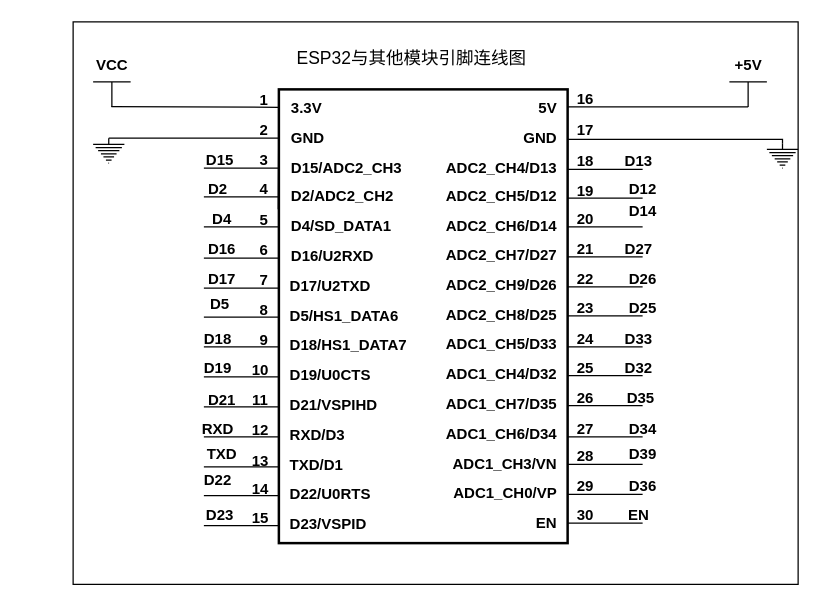
The draw.io diagram esp32主控芯片连接图.drawio in zhangruyi3906/img, before the edit. Source tidied: cells renumbered, new cells numbered last; positions are measured from the earlier drawing's top-left corner, leaving out a move shared by most shapes. Both pictures are drawn from the tidied source at 125%, with x=0, y=0 at pixel (30, 21).
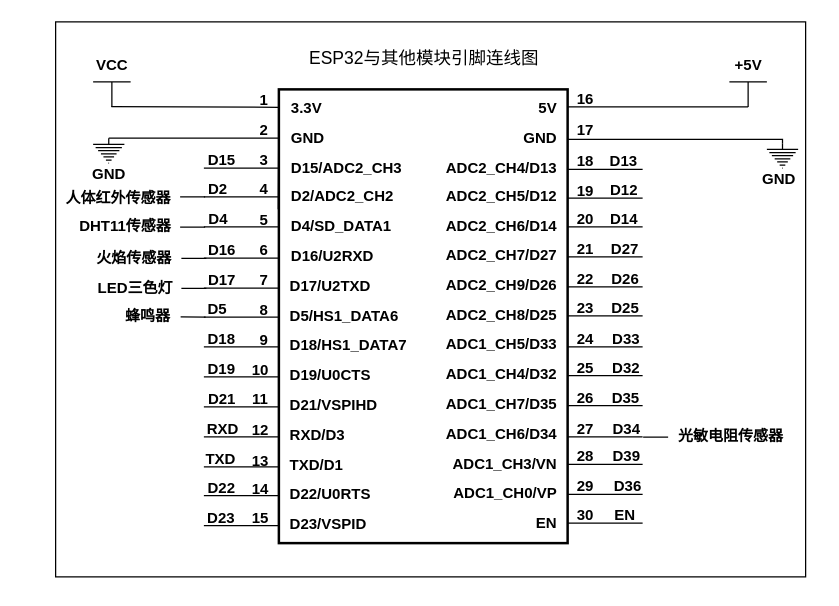
After the change.

Commit message:
更新esp32主控芯片连接图.drawio

The edit, as a diff of the source:
```diff
@@
     <mxCell id="2" style="rounded=0;whiteSpace=wrap;html=1;" parent="1" vertex="1">
-      <mxGeometry x="34" width="580" height="450" as="geometry" />
+      <mxGeometry x="20" width="600" height="444" as="geometry" />
     </mxCell>
@@
     <mxCell id="34" value="&lt;font style=&quot;font-size: 14px;&quot;&gt;ESP32与其他模块引脚连线图&lt;/font&gt;" style="text;html=1;align=center;verticalAlign=middle;whiteSpace=wrap;rounded=0;" parent="1" vertex="1">
-      <mxGeometry x="179.6" y="14" width="250" height="30" as="geometry" />
+      <mxGeometry x="189.6" y="14" width="250" height="30" as="geometry" />
     </mxCell>
@@
     <mxCell id="75" value="&lt;b&gt;11&lt;/b&gt;" style="text;html=1;align=center;verticalAlign=middle;whiteSpace=wrap;rounded=0;" parent="1" vertex="1">
-      <mxGeometry x="154" y="288" width="60" height="30" as="geometry" />
+      <mxGeometry x="154" y="287" width="60" height="30" as="geometry" />
     </mxCell>
@@
     <mxCell id="95" value="&lt;b style=&quot;text-align: left;&quot;&gt;&amp;nbsp;D15&lt;/b&gt;" style="text;html=1;align=center;verticalAlign=middle;whiteSpace=wrap;rounded=0;" parent="1" vertex="1">
-      <mxGeometry x="119.6" y="96" width="60" height="30" as="geometry" />
+      <mxGeometry x="122.6" y="96" width="57.4" height="30" as="geometry" />
     </mxCell>
@@
     <mxCell id="97" value="&lt;b style=&quot;text-align: left;&quot;&gt;&amp;nbsp; D4&lt;/b&gt;" style="text;html=1;align=center;verticalAlign=middle;whiteSpace=wrap;rounded=0;" parent="1" vertex="1">
-      <mxGeometry x="119.6" y="143" width="60" height="30" as="geometry" />
+      <mxGeometry x="116.6" y="143" width="60" height="30" as="geometry" />
     </mxCell>
     <mxCell id="98" value="&lt;b style=&quot;text-align: left;&quot;&gt;&amp;nbsp; D16&lt;/b&gt;" style="text;html=1;align=center;verticalAlign=middle;whiteSpace=wrap;rounded=0;" parent="1" vertex="1">
-      <mxGeometry x="119.6" y="167" width="60" height="30" as="geometry" />
+      <mxGeometry x="119.6" y="168" width="60" height="30" as="geometry" />
     </mxCell>
     <mxCell id="99" value="&lt;b style=&quot;text-align: left;&quot;&gt;&amp;nbsp; D17&lt;/b&gt;" style="text;html=1;align=center;verticalAlign=middle;whiteSpace=wrap;rounded=0;" parent="1" vertex="1">
-      <mxGeometry x="119.6" y="191" width="60" height="30" as="geometry" />
+      <mxGeometry x="119.6" y="192" width="60" height="30" as="geometry" />
     </mxCell>
     <mxCell id="100" value="&lt;b style=&quot;text-align: left;&quot;&gt;&amp;nbsp;D5&lt;/b&gt;" style="text;html=1;align=center;verticalAlign=middle;whiteSpace=wrap;rounded=0;" parent="1" vertex="1">
-      <mxGeometry x="119.6" y="211" width="60" height="30" as="geometry" />
+      <mxGeometry x="117.6" y="215" width="60" height="30" as="geometry" />
     </mxCell>
     <mxCell id="101" value="&lt;b style=&quot;text-align: left;&quot;&gt;D18&lt;/b&gt;" style="text;html=1;align=center;verticalAlign=middle;whiteSpace=wrap;rounded=0;" parent="1" vertex="1">
-      <mxGeometry x="119.6" y="239" width="60" height="30" as="geometry" />
+      <mxGeometry x="122.6" y="239" width="60" height="30" as="geometry" />
     </mxCell>
     <mxCell id="102" value="&lt;b style=&quot;text-align: left;&quot;&gt;D19&lt;/b&gt;" style="text;html=1;align=center;verticalAlign=middle;whiteSpace=wrap;rounded=0;" parent="1" vertex="1">
-      <mxGeometry x="119.6" y="262" width="60" height="30" as="geometry" />
+      <mxGeometry x="122.6" y="263" width="60" height="30" as="geometry" />
     </mxCell>
     <mxCell id="103" value="&lt;b style=&quot;text-align: left;&quot;&gt;&amp;nbsp; D21&lt;/b&gt;" style="text;html=1;align=center;verticalAlign=middle;whiteSpace=wrap;rounded=0;" parent="1" vertex="1">
-      <mxGeometry x="119.6" y="288" width="60" height="30" as="geometry" />
+      <mxGeometry x="119.6" y="287" width="60" height="30" as="geometry" />
     </mxCell>
     <mxCell id="104" value="&lt;b style=&quot;text-align: left;&quot;&gt;RXD&lt;/b&gt;" style="text;html=1;align=center;verticalAlign=middle;whiteSpace=wrap;rounded=0;" parent="1" vertex="1">
-      <mxGeometry x="119.6" y="311" width="60" height="30" as="geometry" />
+      <mxGeometry x="123.6" y="311" width="60" height="30" as="geometry" />
     </mxCell>
     <mxCell id="105" value="&lt;b style=&quot;text-align: left;&quot;&gt;&amp;nbsp; TXD&lt;/b&gt;" style="text;html=1;align=center;verticalAlign=middle;whiteSpace=wrap;rounded=0;" parent="1" vertex="1">
-      <mxGeometry x="119.6" y="331" width="60" height="30" as="geometry" />
+      <mxGeometry x="118.6" y="335" width="60" height="30" as="geometry" />
     </mxCell>
     <mxCell id="106" value="&lt;b style=&quot;text-align: left;&quot;&gt;D22&lt;/b&gt;" style="text;html=1;align=center;verticalAlign=middle;whiteSpace=wrap;rounded=0;" parent="1" vertex="1">
-      <mxGeometry x="119.6" y="352" width="60" height="30" as="geometry" />
+      <mxGeometry x="122.6" y="358" width="60" height="30" as="geometry" />
     </mxCell>
     <mxCell id="107" value="&lt;b style=&quot;text-align: right;&quot;&gt;D27&amp;nbsp;&amp;nbsp;&lt;/b&gt;" style="text;html=1;align=center;verticalAlign=middle;whiteSpace=wrap;rounded=0;" parent="1" vertex="1">
-      <mxGeometry x="460" y="167" width="60" height="30" as="geometry" />
+      <mxGeometry x="449" y="167" width="60" height="30" as="geometry" />
     </mxCell>
     <mxCell id="108" value="&lt;b style=&quot;text-align: left;&quot;&gt;&amp;nbsp;D23&lt;/b&gt;" style="text;html=1;align=center;verticalAlign=middle;whiteSpace=wrap;rounded=0;" parent="1" vertex="1">
-      <mxGeometry x="119.6" y="380" width="60" height="30" as="geometry" />
+      <mxGeometry x="120.6" y="382" width="60" height="30" as="geometry" />
     </mxCell>
     <mxCell id="109" value="&lt;b style=&quot;text-align: right;&quot;&gt;D13&amp;nbsp;&amp;nbsp;&lt;/b&gt;" style="text;html=1;align=center;verticalAlign=middle;whiteSpace=wrap;rounded=0;" parent="1" vertex="1">
-      <mxGeometry x="460" y="97" width="60" height="30" as="geometry" />
+      <mxGeometry x="448" y="97" width="60" height="30" as="geometry" />
     </mxCell>
     <mxCell id="110" value="&lt;b style=&quot;text-align: right;&quot;&gt;D12&lt;/b&gt;" style="text;html=1;align=center;verticalAlign=middle;whiteSpace=wrap;rounded=0;" parent="1" vertex="1">
-      <mxGeometry x="460" y="119" width="60" height="30" as="geometry" />
+      <mxGeometry x="445" y="120" width="60" height="30" as="geometry" />
     </mxCell>
     <mxCell id="111" value="&lt;b style=&quot;text-align: right;&quot;&gt;D14&lt;/b&gt;" style="text;html=1;align=center;verticalAlign=middle;whiteSpace=wrap;rounded=0;" parent="1" vertex="1">
-      <mxGeometry x="460" y="137" width="60" height="30" as="geometry" />
+      <mxGeometry x="445" y="143" width="60" height="30" as="geometry" />
     </mxCell>
     <mxCell id="112" value="&lt;b style=&quot;text-align: right;&quot;&gt;D26&lt;/b&gt;" style="text;html=1;align=center;verticalAlign=middle;whiteSpace=wrap;rounded=0;" parent="1" vertex="1">
-      <mxGeometry x="460" y="191" width="60" height="30" as="geometry" />
+      <mxGeometry x="446" y="191" width="60" height="30" as="geometry" />
     </mxCell>
     <mxCell id="113" value="&lt;b style=&quot;text-align: right;&quot;&gt;D25&lt;/b&gt;" style="text;html=1;align=center;verticalAlign=middle;whiteSpace=wrap;rounded=0;" parent="1" vertex="1">
-      <mxGeometry x="460" y="214" width="60" height="30" as="geometry" />
+      <mxGeometry x="446" y="214" width="60" height="30" as="geometry" />
     </mxCell>
     <mxCell id="114" value="&lt;b style=&quot;text-align: right;&quot;&gt;D33&amp;nbsp;&amp;nbsp;&lt;/b&gt;" style="text;html=1;align=center;verticalAlign=middle;whiteSpace=wrap;rounded=0;" parent="1" vertex="1">
-      <mxGeometry x="460" y="239" width="60" height="30" as="geometry" />
+      <mxGeometry x="450" y="239" width="60" height="30" as="geometry" />
     </mxCell>
     <mxCell id="115" value="&lt;b style=&quot;text-align: right;&quot;&gt;D32&amp;nbsp;&amp;nbsp;&lt;/b&gt;" style="text;html=1;align=center;verticalAlign=middle;whiteSpace=wrap;rounded=0;" parent="1" vertex="1">
-      <mxGeometry x="460" y="262" width="60" height="30" as="geometry" />
+      <mxGeometry x="450" y="262" width="60" height="30" as="geometry" />
     </mxCell>
     <mxCell id="116" value="&lt;b style=&quot;text-align: right;&quot;&gt;D35&amp;nbsp;&lt;/b&gt;" style="text;html=1;align=center;verticalAlign=middle;whiteSpace=wrap;rounded=0;" parent="1" vertex="1">
-      <mxGeometry x="460" y="286" width="60" height="30" as="geometry" />
+      <mxGeometry x="448" y="286" width="60" height="30" as="geometry" />
     </mxCell>
     <mxCell id="117" value="&lt;b style=&quot;text-align: right;&quot;&gt;D34&lt;/b&gt;" style="text;html=1;align=center;verticalAlign=middle;whiteSpace=wrap;rounded=0;" parent="1" vertex="1">
-      <mxGeometry x="460" y="311" width="60" height="30" as="geometry" />
+      <mxGeometry x="447" y="311" width="60" height="30" as="geometry" />
     </mxCell>
     <mxCell id="118" value="&lt;b style=&quot;text-align: right;&quot;&gt;D39&lt;/b&gt;" style="text;html=1;align=center;verticalAlign=middle;whiteSpace=wrap;rounded=0;" parent="1" vertex="1">
-      <mxGeometry x="460" y="331" width="60" height="30" as="geometry" />
+      <mxGeometry x="447" y="333" width="60" height="30" as="geometry" />
     </mxCell>
     <mxCell id="119" value="&lt;b style=&quot;text-align: right;&quot;&gt;D36&lt;/b&gt;" style="text;html=1;align=center;verticalAlign=middle;whiteSpace=wrap;rounded=0;" parent="1" vertex="1">
-      <mxGeometry x="460" y="357" width="60" height="30" as="geometry" />
+      <mxGeometry x="448" y="357" width="60" height="30" as="geometry" />
     </mxCell>
     <mxCell id="120" value="&lt;b style=&quot;text-align: right;&quot;&gt;EN&amp;nbsp;&amp;nbsp;&lt;/b&gt;" style="text;html=1;align=center;verticalAlign=middle;whiteSpace=wrap;rounded=0;" parent="1" vertex="1">
-      <mxGeometry x="460" y="380" width="60" height="30" as="geometry" />
+      <mxGeometry x="449" y="380" width="60" height="30" as="geometry" />
     </mxCell>
@@
+    <mxCell id="126" value="&lt;b&gt;GND&lt;/b&gt;" style="text;html=1;align=center;verticalAlign=middle;whiteSpace=wrap;rounded=0;" parent="1" vertex="1">
+      <mxGeometry x="32.5" y="107" width="60" height="30" as="geometry" />
+    </mxCell>
+    <mxCell id="127" value="&lt;b&gt;GND&lt;/b&gt;" style="text;html=1;align=center;verticalAlign=middle;whiteSpace=wrap;rounded=0;" parent="1" vertex="1">
+      <mxGeometry x="569" y="111" width="60" height="30" as="geometry" />
+    </mxCell>
+    <mxCell id="128" style="endArrow=none;html=1;rounded=0;" parent="1" edge="1">
+      <mxGeometry relative="1" as="geometry">
+        <mxPoint x="120" y="236" as="sourcePoint" />
+        <mxPoint x="140" y="236.1" as="targetPoint" />
+      </mxGeometry>
+    </mxCell>
+    <mxCell id="129" style="endArrow=none;html=1;rounded=0;" parent="1" edge="1">
+      <mxGeometry relative="1" as="geometry">
+        <mxPoint x="119.6" y="140" as="sourcePoint" />
+        <mxPoint x="139.6" y="140" as="targetPoint" />
+      </mxGeometry>
+    </mxCell>
+    <mxCell id="130" style="endArrow=none;html=1;rounded=0;" parent="1" edge="1">
+      <mxGeometry relative="1" as="geometry">
+        <mxPoint x="120.6" y="213.2" as="sourcePoint" />
+        <mxPoint x="140.6" y="213.2" as="targetPoint" />
+      </mxGeometry>
+    </mxCell>
+    <mxCell id="131" style="endArrow=none;html=1;rounded=0;" parent="1" edge="1">
+      <mxGeometry relative="1" as="geometry">
+        <mxPoint x="119.6" y="164.2" as="sourcePoint" />
+        <mxPoint x="139.6" y="164.2" as="targetPoint" />
+      </mxGeometry>
+    </mxCell>
+    <mxCell id="132" style="endArrow=none;html=1;rounded=0;" parent="1" edge="1">
+      <mxGeometry relative="1" as="geometry">
+        <mxPoint x="490" y="332.2" as="sourcePoint" />
+        <mxPoint x="510" y="332.2" as="targetPoint" />
+      </mxGeometry>
+    </mxCell>
+    <mxCell id="133" style="endArrow=none;html=1;rounded=0;" parent="1" edge="1">
+      <mxGeometry relative="1" as="geometry">
+        <mxPoint x="120.6" y="189.2" as="sourcePoint" />
+        <mxPoint x="140.6" y="189.2" as="targetPoint" />
+      </mxGeometry>
+    </mxCell>
+    <mxCell id="134" value="&lt;font&gt;&lt;b style=&quot;&quot;&gt;DHT11传感器&lt;/b&gt;&lt;/font&gt;" style="text;html=1;align=center;verticalAlign=middle;whiteSpace=wrap;rounded=0;" parent="1" vertex="1">
+      <mxGeometry x="25.6" y="149" width="100" height="30" as="geometry" />
+    </mxCell>
+    <mxCell id="135" value="&lt;b&gt;&lt;font&gt;LED三色灯&lt;/font&gt;&lt;/b&gt;" style="text;html=1;align=center;verticalAlign=middle;whiteSpace=wrap;rounded=0;" parent="1" vertex="1">
+      <mxGeometry x="43.6" y="198" width="80" height="30" as="geometry" />
+    </mxCell>
+    <mxCell id="136" value="&lt;b&gt;火焰传感器&lt;/b&gt;" style="text;html=1;align=center;verticalAlign=middle;whiteSpace=wrap;rounded=0;" parent="1" vertex="1">
+      <mxGeometry x="43" y="174" width="80" height="30" as="geometry" />
+    </mxCell>
+    <mxCell id="137" value="&lt;b&gt;光敏电阻传感器&lt;/b&gt;" style="text;html=1;align=center;verticalAlign=middle;whiteSpace=wrap;rounded=0;" parent="1" vertex="1">
+      <mxGeometry x="510" y="317" width="101" height="30" as="geometry" />
+    </mxCell>
+    <mxCell id="138" value="人体红外传感器" style="text;html=1;align=center;verticalAlign=middle;whiteSpace=wrap;rounded=0;fontStyle=1;" parent="1" vertex="1">
+      <mxGeometry x="24" y="126" width="92.6" height="30" as="geometry" />
+    </mxCell>
+    <mxCell id="139" value="&lt;b&gt;蜂鸣器&lt;/b&gt;" style="text;html=1;align=center;verticalAlign=middle;whiteSpace=wrap;rounded=0;" parent="1" vertex="1">
+      <mxGeometry x="63.6" y="221" width="60" height="30" as="geometry" />
+    </mxCell>
```
